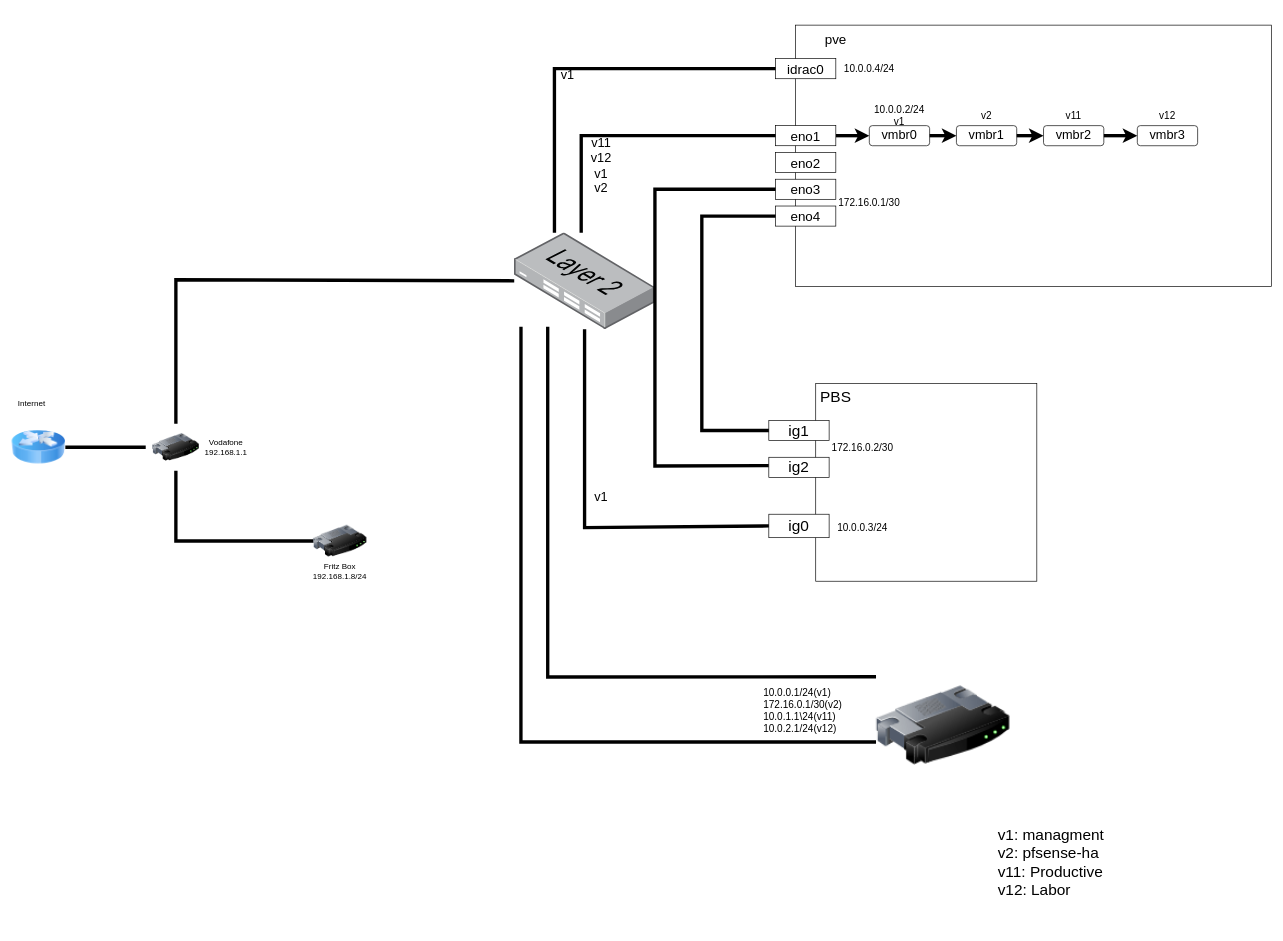
Earlier version of the draw.io diagram Untitled Diagram.drawio (lucpfi/homelab). Source tidied: cells renumbered, new cells numbered last; positions are measured from the earlier drawing's top-left corner, leaving out a move shared by most shapes. Both pictures are drawn from the tidied source at 67%, with x=0, y=0 at pixel (11, 11).
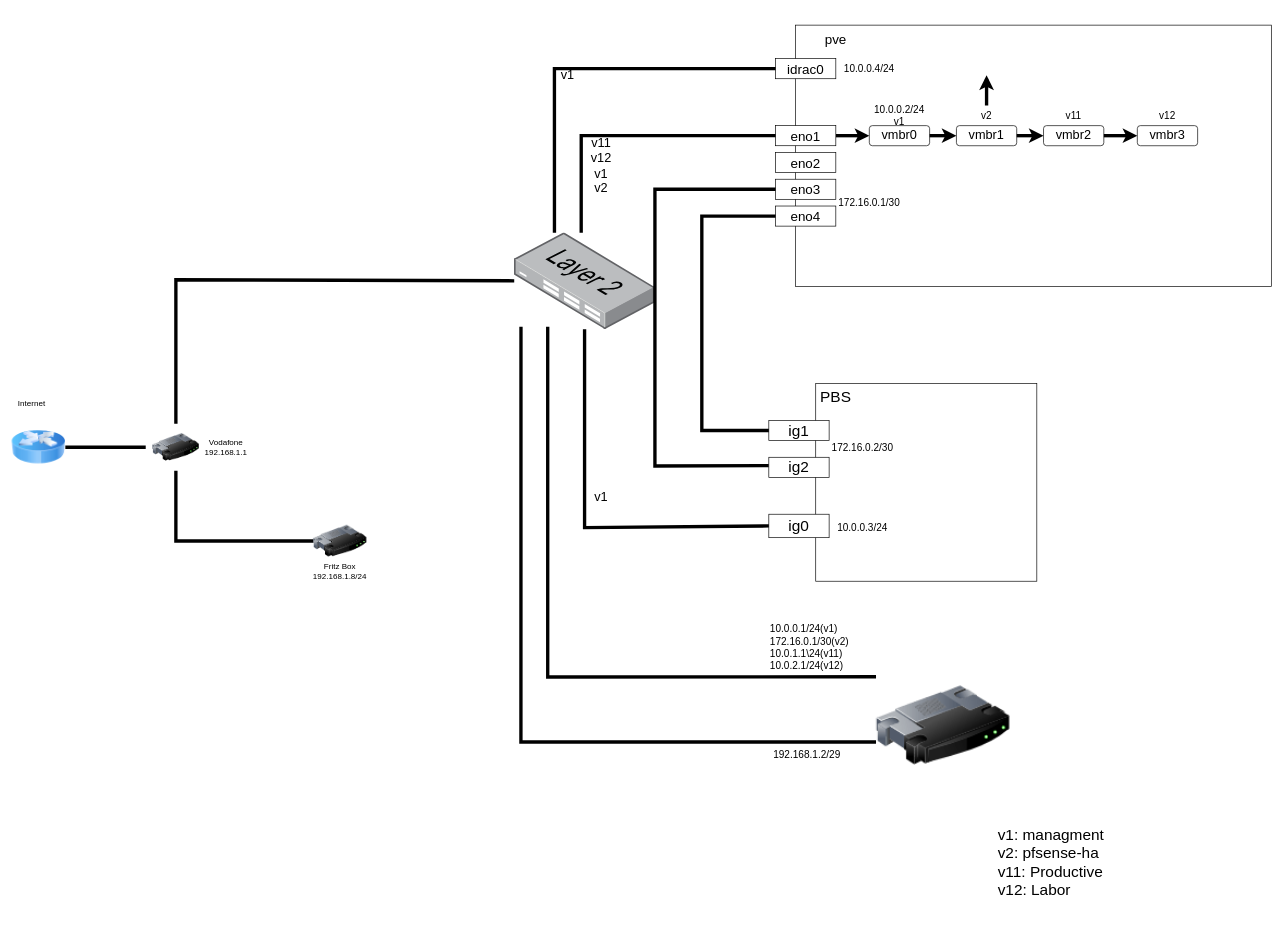
The same page after the edit.

The change refers to these unchanged cells:
```xml
<mxCell id="48" value="v2" style="text;html=1;strokeColor=none;fillColor=none;align=center;verticalAlign=middle;whiteSpace=wrap;rounded=0;fontFamily=Helvetica;fontSize=15;fontColor=default;" parent="1" vertex="1">
  <mxGeometry x="1410" y="140" width="90" height="30" as="geometry" />
</mxCell>
```

Change to the diagram source:
```diff
@@
     <mxCell id="36" value="10.0.0.1/24(v1)&lt;br style=&quot;font-size: 15px&quot;&gt;172.16.0.1/30(v2)&lt;br style=&quot;font-size: 15px&quot;&gt;10.0.1.1\24(v11)&lt;br style=&quot;font-size: 15px&quot;&gt;10.0.2.1/24(v12)" style="text;html=1;strokeColor=none;fillColor=none;align=left;verticalAlign=middle;whiteSpace=wrap;rounded=0;fontSize=15;" parent="1" vertex="1">
-      <mxGeometry x="1120" y="1005" width="140" height="75" as="geometry" />
+      <mxGeometry x="1130" y="910" width="140" height="75" as="geometry" />
     </mxCell>
@@
+    <mxCell id="53" style="edgeStyle=orthogonalEdgeStyle;rounded=0;jettySize=auto;html=1;fontFamily=Helvetica;fontSize=15;fontColor=default;strokeWidth=5;exitX=0.5;exitY=0;exitDx=0;exitDy=0;" parent="1" edge="1" source="48">
+      <mxGeometry relative="1" as="geometry">
+        <mxPoint x="1455" y="95" as="targetPoint" />
+        <Array as="points">
+          <mxPoint x="1455" y="100" />
+          <mxPoint x="1455" y="100" />
+        </Array>
+      </mxGeometry>
+    </mxCell>
@@
+    <mxCell id="54" value="192.168.1.2/29" style="text;html=1;strokeColor=none;fillColor=none;align=left;verticalAlign=middle;whiteSpace=wrap;rounded=0;fontSize=15;" parent="1" vertex="1">
+      <mxGeometry x="1135" y="1095" width="140" height="25" as="geometry" />
+    </mxCell>
```
